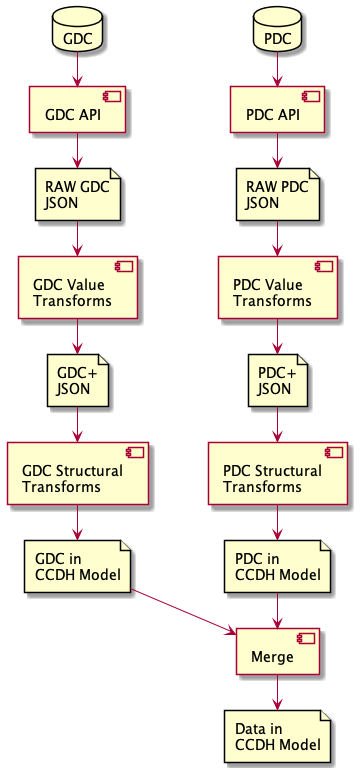
Before: overallflow.png, a diagram exported from PlantUML (CancerDataAggregator/transform).
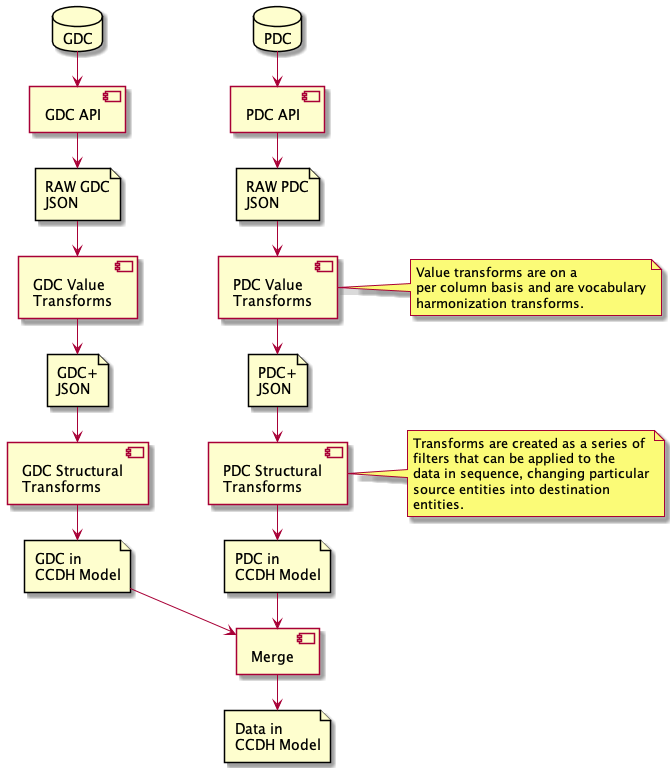
After the change.

Commit message:
Add notes to flow diagram

Change to the diagram source:
```diff
@@ -22,8 +22,20 @@
 component "PDC API" as pdc_api
 file "RAW PDC\nJSON" as raw_pdc_json
 component "PDC Value\nTransforms" as pdc_val_xform
+note right
+Value transforms are on a
+per column basis and are vocabulary
+harmonization transforms.
+end note
 file "PDC+\nJSON" as pdc_plus_json
 component "PDC Structural\nTransforms" as pdc_s_xform
+note right
+Transforms are created as a series of
+filters that can be applied to the
+data in sequence, changing particular
+source entities into destination
+entities.
+end note
 file "PDC in\nCCDH Model" as pdc_cda_model
 
 PDC -> pdc_api
```
